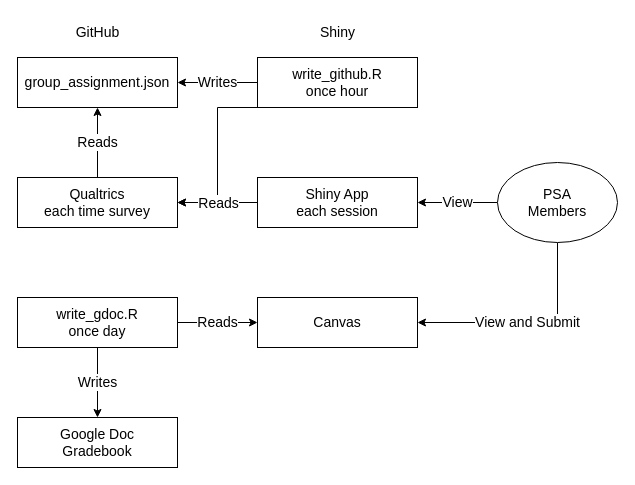
Before: psa008_flow.drawio in psysciacc/PSA008-Shiny-App, a draw.io diagram. Source tidied: cells renumbered, new cells numbered last; positions are measured from the earlier drawing's top-left corner, leaving out a move shared by most shapes. Both pictures are drawn from the tidied source at 100%, with x=0, y=0 at pixel (17, 17).
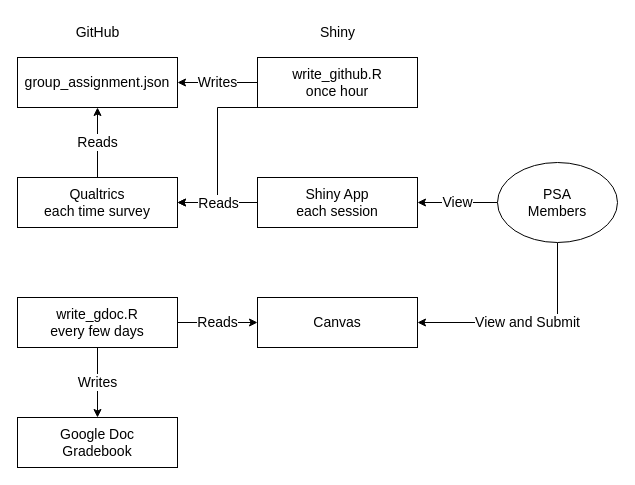
The same diagram, later.

Change to the diagram source:
```diff
@@
-    <mxCell id="14" value="write_gdoc.R&lt;br&gt;once day" style="rounded=0;whiteSpace=wrap;html=1;fontSize=14;" parent="1" vertex="1">
+    <mxCell id="14" value="write_gdoc.R&lt;br&gt;every few days" style="rounded=0;whiteSpace=wrap;html=1;fontSize=14;" parent="1" vertex="1">
       <mxGeometry y="280" width="160" height="50" as="geometry" />
     </mxCell>
```
